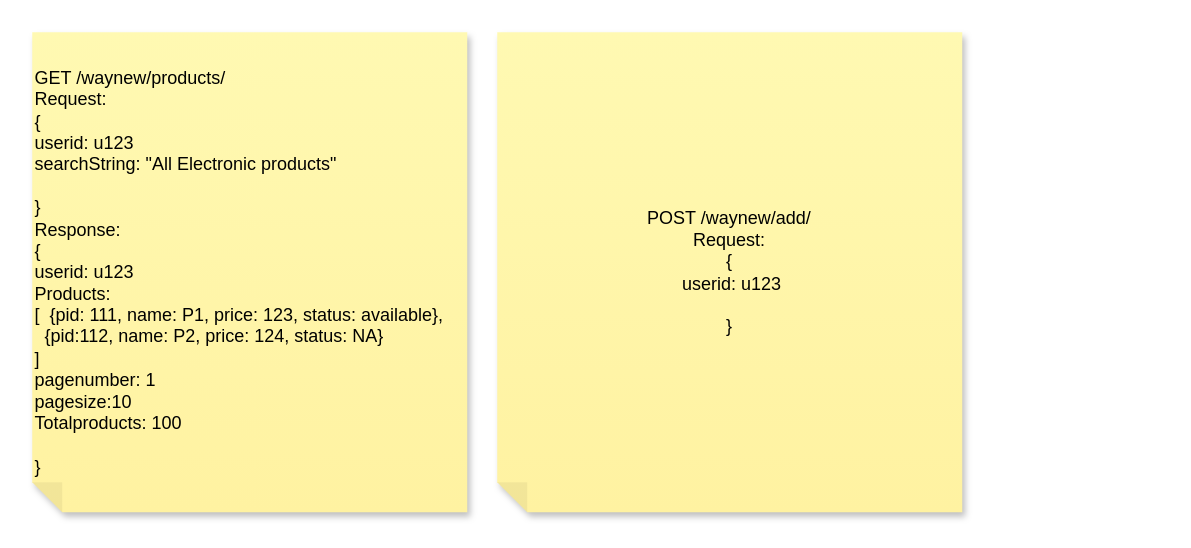
Earlier version of the draw.io diagram page "Page-2" (2 of 2) of Untitled Diagram.drawio (rjabbala50/rjabbala50). Source tidied: cells renumbered, new cells numbered last; positions are measured from the earlier drawing's top-left corner, leaving out a move shared by most shapes. Both pictures are drawn from the tidied source at 150%, with x=0, y=0 at pixel (32, 32).
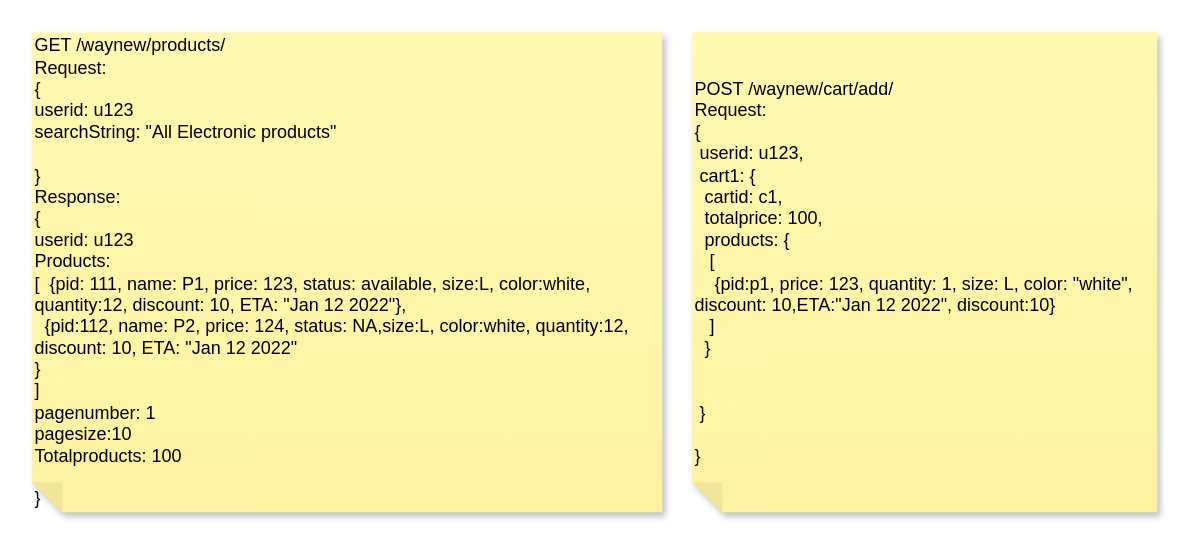
Above is the later version.

Diff of the diagram source:
```diff
@@
 <mxGraphModel>
   <root>
     <mxCell id="0" />
     <mxCell id="1" parent="0" />
-    <mxCell id="2" value="GET /waynew/products/&lt;br&gt;Request: &lt;br&gt;{&lt;br&gt;&lt;span style=&quot;&quot;&gt; &lt;/span&gt;userid: u123&lt;br&gt;&lt;span style=&quot;&quot;&gt; &lt;/span&gt;searchString: &quot;All Electronic products&quot;&lt;br&gt;&lt;br&gt;}&lt;br&gt;Response:&lt;br&gt;{&lt;br&gt;&lt;span style=&quot;&quot;&gt; &lt;/span&gt;userid: u123&lt;br&gt;&lt;span style=&quot;&quot;&gt; &lt;/span&gt;Products:&amp;nbsp;&lt;br&gt;&lt;span style=&quot;&quot;&gt; &lt;/span&gt;&lt;span style=&quot;&quot;&gt; &lt;/span&gt;[&amp;nbsp; {pid: 111, name: P1, price: 123, status: available},&lt;br&gt;&amp;nbsp; {pid:112, name: P2, price: 124, status: NA}&lt;br&gt;]&lt;br&gt;pagenumber: 1&lt;br&gt;pagesize:10&lt;br&gt;Totalproducts: 100&lt;br&gt;&lt;br&gt;}" style="shape=note;whiteSpace=wrap;html=1;backgroundOutline=1;fontColor=#000000;darkOpacity=0.05;fillColor=#FFF9B2;strokeColor=none;fillStyle=solid;direction=west;gradientDirection=north;gradientColor=#FFF2A1;shadow=1;size=20;align=left;" parent="1" vertex="1">
-      <mxGeometry width="290" height="320" as="geometry" />
+    <mxCell id="2" value="GET /waynew/products/&lt;br&gt;Request: &lt;br&gt;{&lt;br&gt;&lt;span style=&quot;&quot;&gt; &lt;/span&gt;userid: u123&lt;br&gt;&lt;span style=&quot;&quot;&gt; &lt;/span&gt;searchString: &quot;All Electronic products&quot;&lt;br&gt;&lt;br&gt;}&lt;br&gt;Response:&lt;br&gt;{&lt;br&gt;&lt;span style=&quot;&quot;&gt; &lt;/span&gt;userid: u123&lt;br&gt;&lt;span style=&quot;&quot;&gt; &lt;/span&gt;Products:&amp;nbsp;&lt;br&gt;&lt;span style=&quot;&quot;&gt; &lt;/span&gt;&lt;span style=&quot;&quot;&gt; &lt;/span&gt;[&amp;nbsp; {pid: 111, name: P1, price: 123, status: available, size:L, color:white, quantity:12, discount: 10, ETA: &quot;Jan 12 2022&quot;},&lt;br&gt;&amp;nbsp; {pid:112, name: P2, price: 124, status: NA,size:L, color:white, quantity:12, discount: 10, ETA: &quot;Jan 12 2022&quot;&lt;br&gt;}&lt;br&gt;]&lt;br&gt;pagenumber: 1&lt;br&gt;pagesize:10&lt;br&gt;Totalproducts: 100&lt;br&gt;&lt;br&gt;}" style="shape=note;whiteSpace=wrap;html=1;backgroundOutline=1;fontColor=#000000;darkOpacity=0.05;fillColor=#FFF9B2;strokeColor=none;fillStyle=solid;direction=west;gradientDirection=north;gradientColor=#FFF2A1;shadow=1;size=20;align=left;" parent="1" vertex="1">
+      <mxGeometry width="420" height="320" as="geometry" />
     </mxCell>
-    <mxCell id="3" value="POST /waynew/add/&lt;br&gt;Request: &lt;br&gt;{&lt;br&gt;&lt;span style=&quot;white-space: pre;&quot;&gt; &lt;/span&gt;userid: u123&lt;br&gt;&lt;br&gt;}&lt;br&gt;" style="shape=note;whiteSpace=wrap;html=1;backgroundOutline=1;fontColor=#000000;darkOpacity=0.05;fillColor=#FFF9B2;strokeColor=none;fillStyle=solid;direction=west;gradientDirection=north;gradientColor=#FFF2A1;shadow=1;size=20;" parent="1" vertex="1">
-      <mxGeometry x="310" width="310" height="320" as="geometry" />
+    <mxCell id="3" value="POST /waynew/cart/add/&lt;br&gt;Request:&lt;br&gt;{&lt;br&gt;&lt;span style=&quot;white-space: pre;&quot;&gt; &lt;/span&gt;userid: u123,&lt;br&gt;&lt;span style=&quot;white-space: pre;&quot;&gt; &lt;/span&gt;cart1: {&lt;br&gt;&lt;span style=&quot;white-space: pre;&quot;&gt; &lt;/span&gt;&lt;span style=&quot;white-space: pre;&quot;&gt; &lt;/span&gt;cartid: c1,&lt;br&gt;&lt;span style=&quot;white-space: pre;&quot;&gt; &lt;/span&gt;&lt;span style=&quot;white-space: pre;&quot;&gt; &lt;/span&gt;totalprice: 100,&lt;br&gt;&lt;span style=&quot;white-space: pre;&quot;&gt; &lt;/span&gt;&lt;span style=&quot;white-space: pre;&quot;&gt; &lt;/span&gt;products: {&lt;br&gt;&lt;span style=&quot;white-space: pre;&quot;&gt; &lt;/span&gt;&lt;span style=&quot;white-space: pre;&quot;&gt; &lt;/span&gt;&lt;span style=&quot;white-space: pre;&quot;&gt; &lt;/span&gt;[&lt;br&gt;&lt;span style=&quot;white-space: pre;&quot;&gt; &lt;/span&gt;&lt;span style=&quot;white-space: pre;&quot;&gt; &lt;/span&gt;&lt;span style=&quot;white-space: pre;&quot;&gt; &lt;/span&gt;&lt;span style=&quot;white-space: pre;&quot;&gt; &lt;/span&gt;{pid:p1, price: 123, quantity: 1, size: L, color: &quot;white&quot;, discount: 10,ETA:&quot;Jan 12 2022&quot;, discount:10}&lt;br&gt;&lt;span style=&quot;white-space: pre;&quot;&gt; &lt;/span&gt;&lt;span style=&quot;white-space: pre;&quot;&gt; &lt;/span&gt;&lt;span style=&quot;white-space: pre;&quot;&gt; &lt;/span&gt;]&lt;br&gt;&lt;span style=&quot;white-space: pre;&quot;&gt; &lt;/span&gt;&lt;span style=&quot;white-space: pre;&quot;&gt; &lt;/span&gt;}&lt;br&gt;&lt;span style=&quot;white-space: pre;&quot;&gt; &lt;/span&gt;&lt;span style=&quot;white-space: pre;&quot;&gt; &lt;/span&gt;&lt;br&gt;&lt;br&gt;&lt;span style=&quot;white-space: pre;&quot;&gt; &lt;/span&gt;}&lt;br&gt;&lt;br&gt;}" style="shape=note;whiteSpace=wrap;html=1;backgroundOutline=1;fontColor=#000000;darkOpacity=0.05;fillColor=#FFF9B2;strokeColor=none;fillStyle=solid;direction=west;gradientDirection=north;gradientColor=#FFF2A1;shadow=1;size=20;align=left;" parent="1" vertex="1">
+      <mxGeometry x="440" width="310" height="320" as="geometry" />
     </mxCell>
   </root>
 </mxGraphModel>
```
